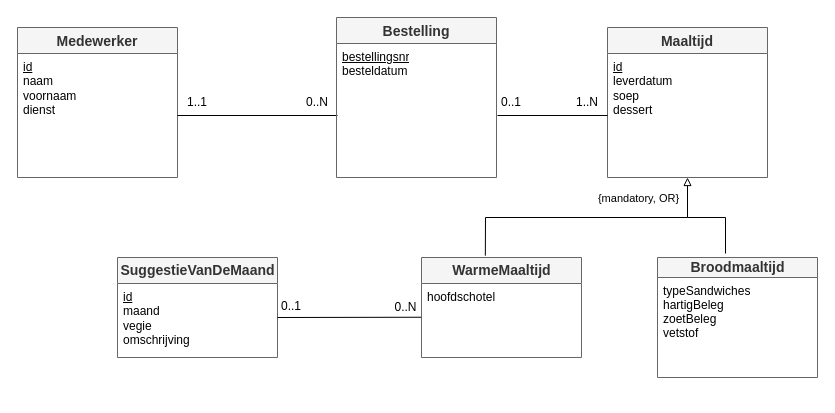
The draw.io diagram ERD/ERD.drawio in Web-IV/2324-webservices-BrechtVandekerckhove, before the edit. Source tidied: cells renumbered, new cells numbered last; positions are measured from the earlier drawing's top-left corner, leaving out a move shared by most shapes. Both pictures are drawn from the tidied source at 100%, with x=0, y=0 at pixel (17, 17).
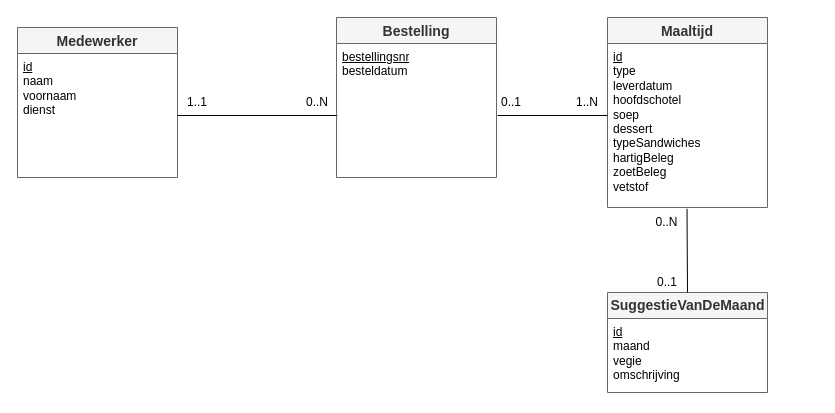
After the change.

What changed in the source:
```diff
@@
     <mxCell id="7" value="Maaltijd" style="swimlane;fontStyle=1;horizontal=1;startSize=26;align=center;fontSize=14;strokeColor=#666666;fillColor=#f5f5f5;fontColor=#333333;" parent="1" vertex="1">
-      <mxGeometry x="590" y="10" width="160" height="150" as="geometry" />
+      <mxGeometry x="590" width="160" height="190" as="geometry" />
     </mxCell>
-    <mxCell id="8" value="&lt;u&gt;id&lt;/u&gt;&lt;br&gt;leverdatum&lt;br&gt;soep&lt;br&gt;dessert" style="text;strokeColor=none;fillColor=none;spacingLeft=4;spacingRight=4;overflow=hidden;points=[[0,0.5],[1,0.5]];portConstraint=eastwest;fontSize=12;html=1;" parent="7" vertex="1">
-      <mxGeometry y="26" width="160" height="124" as="geometry" />
+    <mxCell id="8" value="&lt;u&gt;id&lt;br&gt;&lt;/u&gt;type&lt;br&gt;leverdatum&lt;br&gt;hoofdschotel&lt;br&gt;soep&lt;br&gt;dessert&lt;br&gt;typeSandwiches&lt;br style=&quot;border-color: var(--border-color); padding: 0px; margin: 0px;&quot;&gt;hartigBeleg&lt;br style=&quot;border-color: var(--border-color); padding: 0px; margin: 0px;&quot;&gt;zoetBeleg&lt;br style=&quot;border-color: var(--border-color); padding: 0px; margin: 0px;&quot;&gt;vetstof" style="text;strokeColor=none;fillColor=none;spacingLeft=4;spacingRight=4;overflow=hidden;points=[[0,0.5],[1,0.5]];portConstraint=eastwest;fontSize=12;html=1;" parent="7" vertex="1">
+      <mxGeometry y="26" width="160" height="164" as="geometry" />
     </mxCell>
-    <mxCell id="9" value="WarmeMaaltijd" style="swimlane;fontStyle=1;horizontal=1;startSize=26;align=center;fontSize=14;strokeColor=#666666;fillColor=#f5f5f5;fontColor=#333333;html=1;" parent="1" vertex="1">
-      <mxGeometry x="404" y="240" width="160" height="100" as="geometry" />
-    </mxCell>
-    <mxCell id="10" value="hoofdschotel&#10;&#10;" style="text;strokeColor=none;fillColor=none;spacingLeft=4;spacingRight=4;overflow=hidden;points=[[0,0.5],[1,0.5]];portConstraint=eastwest;fontSize=12;" parent="9" vertex="1">
-      <mxGeometry y="26" width="160" height="74" as="geometry" />
-    </mxCell>
-    <mxCell id="11" value="Broodmaaltijd" style="swimlane;fontStyle=1;horizontal=1;startSize=20;align=center;fontSize=14;strokeColor=#666666;fillColor=#f5f5f5;fontColor=#333333;html=1;" parent="1" vertex="1">
-      <mxGeometry x="640" y="240" width="160" height="120" as="geometry" />
-    </mxCell>
-    <mxCell id="12" value="typeSandwiches&#10;hartigBeleg&#10;zoetBeleg&#10;vetstof" style="text;strokeColor=none;fillColor=none;spacingLeft=4;spacingRight=4;overflow=hidden;fontSize=12;" parent="11" vertex="1">
-      <mxGeometry y="20" width="160" height="100" as="geometry" />
-    </mxCell>
@@
-    <mxCell id="16" style="edgeStyle=orthogonalEdgeStyle;fontSize=12;html=1;endArrow=none;startArrow=block;rounded=0;startFill=0;endFill=0;exitX=0.5;exitY=1;exitDx=0;exitDy=0;exitPerimeter=0;entryX=0.425;entryY=-0.033;entryDx=0;entryDy=0;entryPerimeter=0;" parent="1" edge="1" source="8" target="11">
-      <mxGeometry relative="1" as="geometry">
-        <Array as="points">
-          <mxPoint x="670" y="200" />
-          <mxPoint x="708" y="200" />
-        </Array>
-      </mxGeometry>
-    </mxCell>
-    <mxCell id="17" value="{mandatory, OR}" style="edgeLabel;html=1;align=center;verticalAlign=middle;" parent="16" vertex="1">
-      <mxGeometry x="0.24" relative="1" as="geometry">
-        <mxPoint x="-81" y="-20" as="offset" />
-      </mxGeometry>
-    </mxCell>
-    <mxCell id="18" style="endArrow=none;html=1;rounded=0;exitX=0.399;exitY=-0.018;exitDx=0;exitDy=0;exitPerimeter=0;" parent="1" edge="1" source="9">
-      <mxGeometry relative="1" as="geometry">
-        <mxPoint x="670" y="200" as="targetPoint" />
-        <Array as="points">
-          <mxPoint x="468" y="200" />
-        </Array>
-      </mxGeometry>
-    </mxCell>
@@
     <mxCell id="21" value="SuggestieVanDeMaand" style="swimlane;fontStyle=1;horizontal=1;startSize=26;align=center;fontSize=14;strokeColor=#666666;fillColor=#f5f5f5;fontColor=#333333;html=1;" parent="1" vertex="1">
-      <mxGeometry x="100" y="240" width="160" height="100" as="geometry" />
+      <mxGeometry x="590" y="275" width="160" height="100" as="geometry" />
     </mxCell>
@@
-    <mxCell id="23" style="endArrow=none;html=1;rounded=0;entryX=-0.002;entryY=0.456;entryDx=0;entryDy=0;entryPerimeter=0;" parent="1" edge="1" target="10">
-      <mxGeometry relative="1" as="geometry">
-        <mxPoint x="260" y="300" as="sourcePoint" />
-      </mxGeometry>
+    <mxCell id="23" style="endArrow=none;html=1;rounded=0;entryX=0.497;entryY=1.008;entryDx=0;entryDy=0;entryPerimeter=0;exitX=0.5;exitY=0;exitDx=0;exitDy=0;" parent="1" edge="1" source="21" target="8">
+      <mxGeometry relative="1" as="geometry" />
     </mxCell>
     <mxCell id="24" value="0..1" style="text;html=1;strokeColor=none;fillColor=none;align=center;verticalAlign=middle;whiteSpace=wrap;rounded=0;" parent="1" vertex="1">
-      <mxGeometry x="244" y="274" width="60" height="30" as="geometry" />
+      <mxGeometry x="620" y="250" width="60" height="30" as="geometry" />
     </mxCell>
     <mxCell id="25" value="0..N" style="text;html=1;strokeColor=none;fillColor=none;align=center;verticalAlign=middle;whiteSpace=wrap;rounded=0;" parent="1" vertex="1">
-      <mxGeometry x="358" y="275" width="61" height="30" as="geometry" />
+      <mxGeometry x="619" y="190" width="61" height="30" as="geometry" />
     </mxCell>
```
